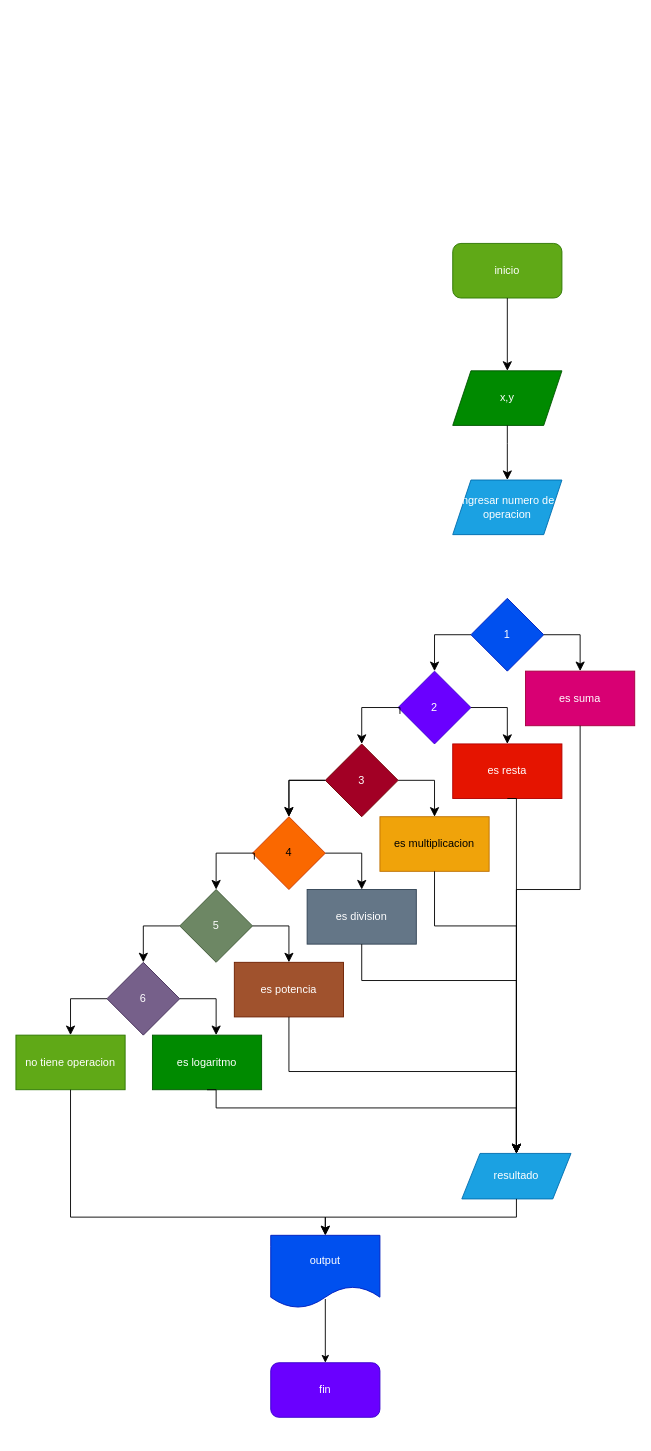
Before: diagrama.drawio in spartan117345/minicalculadora, a draw.io diagram. Source tidied: cells renumbered, new cells numbered last; positions are measured from the earlier drawing's top-left corner, leaving out a move shared by most shapes. Both pictures are drawn from the tidied source at 91%, with x=0, y=0 at pixel (15, 243).
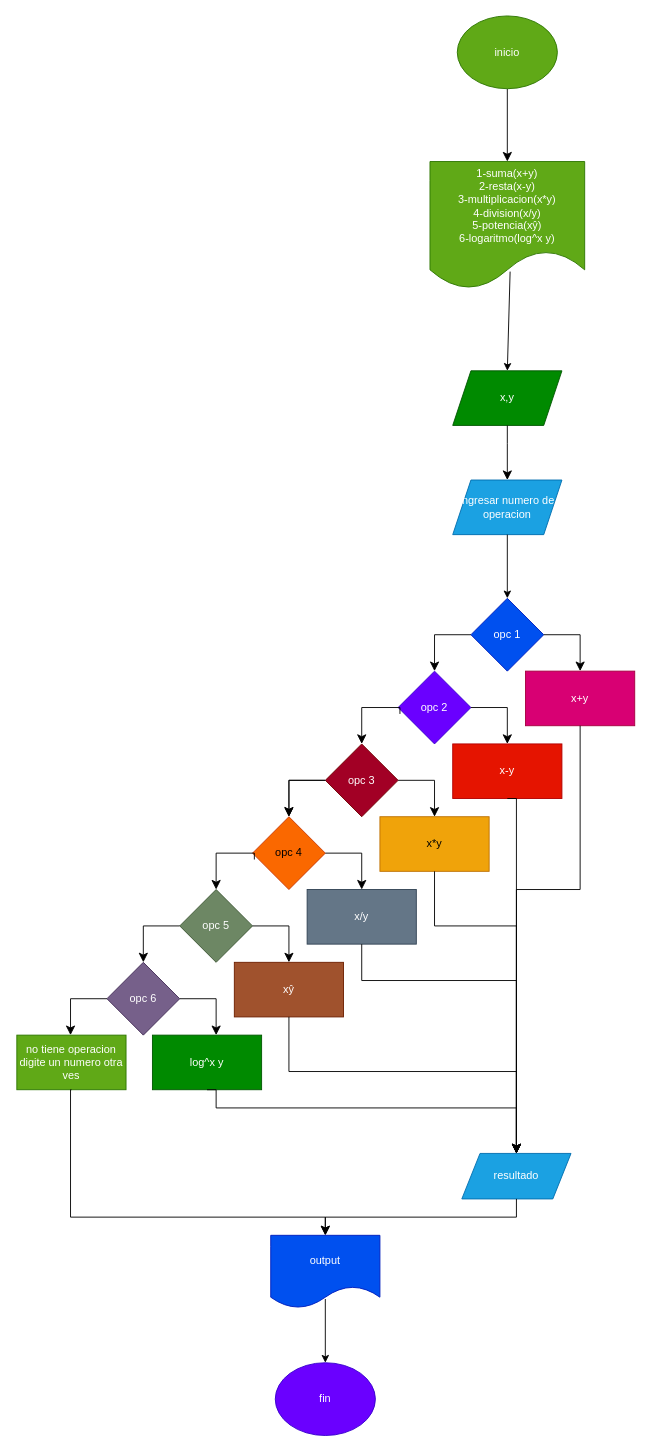
The same page after the edit.

Commit message (it also covers changes not shown here):
se modificaron dos archivos

Unchanged cells that the change refers to:
```xml
<mxCell id="4" value="x,y" style="shape=parallelogram;perimeter=parallelogramPerimeter;whiteSpace=wrap;html=1;fixedSize=1;fillColor=#008a00;fontColor=#ffffff;strokeColor=#005700;" parent="1" vertex="1">
  <mxGeometry x="480" y="140" width="120" height="60" as="geometry" />
</mxCell>
<mxCell id="5" value="ingresar numero de operacion" style="shape=parallelogram;perimeter=parallelogramPerimeter;whiteSpace=wrap;html=1;fixedSize=1;fillColor=#1ba1e2;fontColor=#ffffff;strokeColor=#006EAF;" parent="1" vertex="1">
  <mxGeometry x="480" y="260" width="120" height="60" as="geometry" />
</mxCell>
```

What changed in the source:
```diff
@@
-    <mxCell id="2" value="inicio" style="rounded=1;whiteSpace=wrap;html=1;fillColor=#60a917;fontColor=#ffffff;strokeColor=#2D7600;" parent="1" vertex="1">
-      <mxGeometry x="480" width="120" height="60" as="geometry" />
-    </mxCell>
-    <mxCell id="3" style="edgeStyle=segmentEdgeStyle;endArrow=classic;html=1;curved=0;rounded=0;endSize=8;startSize=8;sourcePerimeterSpacing=0;targetPerimeterSpacing=0;exitX=0.5;exitY=1;exitDx=0;exitDy=0;entryX=0.5;entryY=0;entryDx=0;entryDy=0;" parent="1" edge="1" source="2" target="4">
+    <mxCell id="3" style="edgeStyle=segmentEdgeStyle;endArrow=classic;html=1;curved=0;rounded=0;endSize=8;startSize=8;sourcePerimeterSpacing=0;targetPerimeterSpacing=0;exitX=0.5;exitY=1;exitDx=0;exitDy=0;exitPerimeter=0;" parent="1" edge="1" source="2">
       <mxGeometry relative="1" as="geometry">
-        <Array as="points">
-          <mxPoint x="540" y="140" />
-        </Array>
+        <mxPoint x="540" y="-90" as="targetPoint" />
       </mxGeometry>
     </mxCell>
@@
-    <mxCell id="7" value="1" style="rhombus;whiteSpace=wrap;html=1;fillColor=#0050ef;fontColor=#ffffff;strokeColor=#001DBC;" parent="1" vertex="1">
+    <mxCell id="7" value="opc 1" style="rhombus;whiteSpace=wrap;html=1;fillColor=#0050ef;fontColor=#ffffff;strokeColor=#001DBC;" parent="1" vertex="1">
       <mxGeometry x="500" y="390" width="80" height="80" as="geometry" />
     </mxCell>
@@
-    <mxCell id="9" value="2" style="rhombus;whiteSpace=wrap;html=1;fillColor=#6a00ff;fontColor=#ffffff;strokeColor=#3700CC;" parent="1" vertex="1">
+    <mxCell id="9" value="opc 2" style="rhombus;whiteSpace=wrap;html=1;fillColor=#6a00ff;fontColor=#ffffff;strokeColor=#3700CC;" parent="1" vertex="1">
       <mxGeometry x="420" y="470" width="80" height="80" as="geometry" />
     </mxCell>
-    <mxCell id="10" value="3" style="rhombus;whiteSpace=wrap;html=1;fillColor=#a20025;fontColor=#ffffff;strokeColor=#6F0000;" parent="1" vertex="1">
+    <mxCell id="10" value="opc 3" style="rhombus;whiteSpace=wrap;html=1;fillColor=#a20025;fontColor=#ffffff;strokeColor=#6F0000;" parent="1" vertex="1">
       <mxGeometry x="340" y="550" width="80" height="80" as="geometry" />
     </mxCell>
@@
-    <mxCell id="14" value="4" style="rhombus;whiteSpace=wrap;html=1;fillColor=#fa6800;fontColor=#000000;strokeColor=#C73500;" parent="1" vertex="1">
+    <mxCell id="14" value="opc 4" style="rhombus;whiteSpace=wrap;html=1;fillColor=#fa6800;fontColor=#000000;strokeColor=#C73500;" parent="1" vertex="1">
       <mxGeometry x="260" y="630" width="80" height="80" as="geometry" />
     </mxCell>
-    <mxCell id="15" value="5" style="rhombus;whiteSpace=wrap;html=1;fillColor=#6d8764;fontColor=#ffffff;strokeColor=#3A5431;" parent="1" vertex="1">
+    <mxCell id="15" value="opc 5" style="rhombus;whiteSpace=wrap;html=1;fillColor=#6d8764;fontColor=#ffffff;strokeColor=#3A5431;" parent="1" vertex="1">
       <mxGeometry x="180" y="710" width="80" height="80" as="geometry" />
     </mxCell>
@@
-    <mxCell id="18" value="6" style="rhombus;whiteSpace=wrap;html=1;fillColor=#76608a;fontColor=#ffffff;strokeColor=#432D57;" parent="1" vertex="1">
+    <mxCell id="18" value="opc 6" style="rhombus;whiteSpace=wrap;html=1;fillColor=#76608a;fontColor=#ffffff;strokeColor=#432D57;" parent="1" vertex="1">
       <mxGeometry x="100" y="790" width="80" height="80" as="geometry" />
     </mxCell>
@@
-    <mxCell id="26" value="es suma" style="whiteSpace=wrap;html=1;fillColor=#d80073;fontColor=#ffffff;strokeColor=#A50040;" parent="1" vertex="1">
+    <mxCell id="26" value="x+y" style="whiteSpace=wrap;html=1;fillColor=#d80073;fontColor=#ffffff;strokeColor=#A50040;" parent="1" vertex="1">
       <mxGeometry x="560" y="470" width="120" height="60" as="geometry" />
     </mxCell>
-    <mxCell id="27" value="es resta" style="whiteSpace=wrap;html=1;fillColor=#e51400;fontColor=#ffffff;strokeColor=#B20000;" parent="1" vertex="1">
+    <mxCell id="27" value="x-y" style="whiteSpace=wrap;html=1;fillColor=#e51400;fontColor=#ffffff;strokeColor=#B20000;" parent="1" vertex="1">
       <mxGeometry x="480" y="550" width="120" height="60" as="geometry" />
     </mxCell>
-    <mxCell id="28" value="es multiplicacion" style="whiteSpace=wrap;html=1;fillColor=#f0a30a;fontColor=#000000;strokeColor=#BD7000;" parent="1" vertex="1">
+    <mxCell id="28" value="x*y" style="whiteSpace=wrap;html=1;fillColor=#f0a30a;fontColor=#000000;strokeColor=#BD7000;" parent="1" vertex="1">
       <mxGeometry x="400" y="630" width="120" height="60" as="geometry" />
     </mxCell>
-    <mxCell id="29" value="es division" style="whiteSpace=wrap;html=1;fillColor=#647687;fontColor=#ffffff;strokeColor=#314354;" parent="1" vertex="1">
+    <mxCell id="29" value="x/y" style="whiteSpace=wrap;html=1;fillColor=#647687;fontColor=#ffffff;strokeColor=#314354;" parent="1" vertex="1">
       <mxGeometry x="320" y="710" width="120" height="60" as="geometry" />
     </mxCell>
-    <mxCell id="30" value="es potencia" style="whiteSpace=wrap;html=1;fillColor=#a0522d;fontColor=#ffffff;strokeColor=#6D1F00;" parent="1" vertex="1">
+    <mxCell id="30" value="xŷ" style="whiteSpace=wrap;html=1;fillColor=#a0522d;fontColor=#ffffff;strokeColor=#6D1F00;" parent="1" vertex="1">
       <mxGeometry x="240" y="790" width="120" height="60" as="geometry" />
     </mxCell>
-    <mxCell id="31" value="es logaritmo" style="whiteSpace=wrap;html=1;fillColor=#008a00;fontColor=#ffffff;strokeColor=#005700;" parent="1" vertex="1">
+    <mxCell id="31" value="log^x y" style="whiteSpace=wrap;html=1;fillColor=#008a00;fontColor=#ffffff;strokeColor=#005700;" parent="1" vertex="1">
       <mxGeometry x="150" y="870" width="120" height="60" as="geometry" />
     </mxCell>
-    <mxCell id="32" value="no tiene operacion" style="whiteSpace=wrap;html=1;fillColor=#60a917;strokeColor=#2D7600;fontColor=#ffffff;" parent="1" vertex="1">
-      <mxGeometry y="870" width="120" height="60" as="geometry" />
+    <mxCell id="32" value="no tiene operacion&lt;br&gt;digite un numero otra ves" style="whiteSpace=wrap;html=1;fillColor=#60a917;strokeColor=#2D7600;fontColor=#ffffff;" parent="1" vertex="1">
+      <mxGeometry x="1" y="870" width="120" height="60" as="geometry" />
     </mxCell>
@@
+    <mxCell id="45" value="&lt;div style=&quot;&quot;&gt;&lt;span style=&quot;background-color: initial;&quot;&gt;1-suma(x+y)&lt;/span&gt;&lt;/div&gt;&lt;div style=&quot;&quot;&gt;&lt;span style=&quot;background-color: initial;&quot;&gt;2-resta(x-y)&lt;/span&gt;&lt;/div&gt;&lt;div style=&quot;&quot;&gt;&lt;span style=&quot;background-color: initial;&quot;&gt;3-multiplicacion(x*y)&lt;/span&gt;&lt;/div&gt;&lt;div style=&quot;&quot;&gt;&lt;span style=&quot;background-color: initial;&quot;&gt;4-division(x/y)&lt;/span&gt;&lt;/div&gt;&lt;div style=&quot;&quot;&gt;&lt;span style=&quot;background-color: initial;&quot;&gt;5-potencia(xŷ)&lt;/span&gt;&lt;/div&gt;&lt;div style=&quot;&quot;&gt;&lt;span style=&quot;background-color: initial;&quot;&gt;6-logaritmo(log^x y)&lt;/span&gt;&lt;/div&gt;" style="shape=document;whiteSpace=wrap;html=1;boundedLbl=1;align=center;fillColor=#60a917;fontColor=#ffffff;strokeColor=#2D7600;" parent="1" vertex="1">
+      <mxGeometry x="455" y="-90" width="170" height="140" as="geometry" />
+    </mxCell>
+    <mxCell id="46" style="edgeStyle=none;jettySize=auto;html=1;entryX=0.5;entryY=0;entryDx=0;entryDy=0;exitX=0.518;exitY=0.864;exitDx=0;exitDy=0;exitPerimeter=0;" parent="1" edge="1" source="45" target="4">
+      <mxGeometry relative="1" as="geometry" />
+    </mxCell>
+    <mxCell id="47" style="edgeStyle=none;jettySize=auto;html=1;exitX=0.5;exitY=1;exitDx=0;exitDy=0;entryX=0.5;entryY=0;entryDx=0;entryDy=0;" parent="1" edge="1" source="5" target="7">
+      <mxGeometry relative="1" as="geometry" />
+    </mxCell>
+    <mxCell id="2" value="inicio" style="ellipse;whiteSpace=wrap;html=1;fillColor=#60a917;fontColor=#ffffff;strokeColor=#2D7600;" parent="1" vertex="1">
+      <mxGeometry x="485" y="-250" width="110" height="80" as="geometry" />
+    </mxCell>
-    <mxCell id="44" value="fin" style="rounded=1;whiteSpace=wrap;html=1;fillColor=#6a00ff;fontColor=#ffffff;strokeColor=#3700CC;" parent="1" vertex="1">
-      <mxGeometry x="280" y="1230" width="120" height="60" as="geometry" />
+    <mxCell id="44" value="fin" style="ellipse;whiteSpace=wrap;html=1;fillColor=#6a00ff;fontColor=#ffffff;strokeColor=#3700CC;" parent="1" vertex="1">
+      <mxGeometry x="285" y="1230" width="110" height="80" as="geometry" />
     </mxCell>
```
